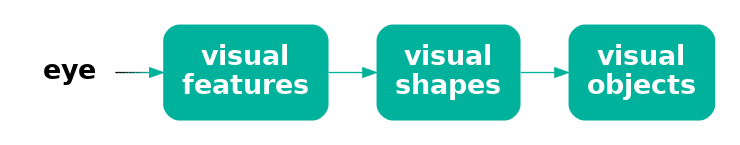
This is Diagrams/visual-processing.png from pmur002/hdvw, a Graphviz export, as it was before one commit. Its source is kept beside it as Diagrams/visual-processing.dot.
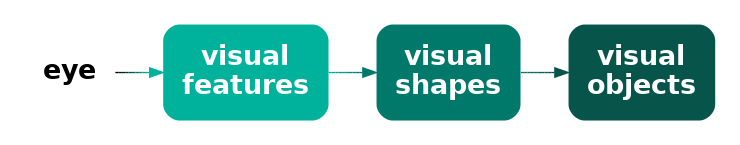
Above is the later version.

The edit, as a diff of the source:
```diff
@@ -5,10 +5,10 @@
   basic [ label="visual\nfeatures"; shape=box;
        style="filled, rounded"; penwidth=0; fontcolor=white; fillcolor="#00B19B" ]
   shapes [ label="visual\nshapes"; shape=box;
-        style="filled, rounded"; penwidth=0; fontcolor=white; fillcolor="#00B19B" ]
+        style="filled, rounded"; penwidth=0; fontcolor=white; fillcolor="#00796A" ]
   objects [ label="visual\nobjects"; shape=box;
-         style="filled, rounded"; penwidth=0; fontcolor=white; fillcolor="#00B19B" ]
+         style="filled, rounded"; penwidth=0; fontcolor=white; fillcolor="#07544A" ]
   eye -> basic [ color="#000000;0.1:#001411;0.1:#002722;0.1:#003B34;0.1:#004F45;0.1:#006256;0.1:#007667;0.1:#008A79;0.1:#009D8A;0.1:#00B19B;0.1" ]
-  basic -> shapes [ color="#00B19B" ]
-  shapes -> objects [ color="#00B19B" ]
+  basic -> shapes [ color="#00B19B;0.1:#00AB96;0.1:#00A590;0.1:#009E8B;0.1:#009885;0.1:#009280;0.1:#008C7A;0.1:#008575;0.1:#007F6F;0.1:#00796A;0.1" ]
+  shapes -> objects [ color="#00796A;0.1:#017566;0.1:#027163;0.1:#026D5F;0.1:#03695C;0.1:#046458;0.1:#056055;0.1:#055C51;0.1:#06584E;0.1:#07544A;0.1" ]
 }
```
